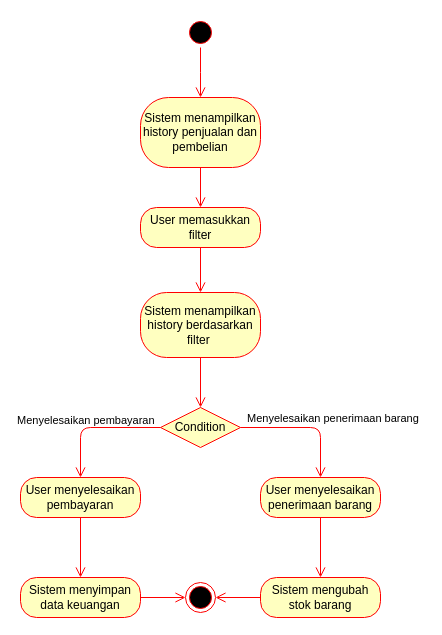
Earlier version of the draw.io diagram page "Transaction History" (2 of 4) of Diagram/Activity Diagram.drawio (ryusu777/dodo-app). Source tidied: cells renumbered, new cells numbered last; positions are measured from the earlier drawing's top-left corner, leaving out a move shared by most shapes. Both pictures are drawn from the tidied source at 100%, with x=0, y=0 at pixel (20, 17).
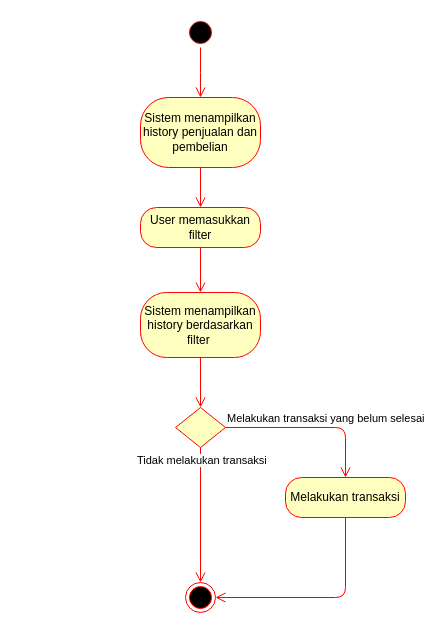
The same page after the edit.

The change refers to these unchanged cells:
```xml
<mxCell id="8" value="Sistem menampilkan history berdasarkan filter&amp;nbsp;" style="rounded=1;whiteSpace=wrap;html=1;arcSize=40;fontColor=#000000;fillColor=#ffffc0;strokeColor=#ff0000;" parent="1" vertex="1">
  <mxGeometry x="120" y="275" width="120" height="65" as="geometry" />
</mxCell>
<mxCell id="21" style="ellipse;html=1;shape=endState;fillColor=#000000;strokeColor=#ff0000;" parent="1" vertex="1">
  <mxGeometry x="165" y="565" width="30" height="30" as="geometry" />
</mxCell>
```

Change to the diagram source:
```diff
@@
-    <mxCell id="9" style="edgeStyle=orthogonalEdgeStyle;html=1;verticalAlign=bottom;endArrow=open;endSize=8;strokeColor=#ff0000;" parent="1" edge="1" source="8" target="10">
+    <mxCell id="9" style="edgeStyle=orthogonalEdgeStyle;html=1;verticalAlign=bottom;endArrow=open;endSize=8;strokeColor=#ff0000;" parent="1" edge="1" source="8" target="22">
       <mxGeometry relative="1" as="geometry" />
     </mxCell>
-    <mxCell id="10" value="Condition" style="rhombus;whiteSpace=wrap;html=1;fillColor=#ffffc0;strokeColor=#ff0000;" parent="1" vertex="1">
-      <mxGeometry x="140" y="390" width="80" height="40" as="geometry" />
-    </mxCell>
-    <mxCell id="11" value="Menyelesaikan penerimaan barang" style="edgeStyle=orthogonalEdgeStyle;html=1;align=left;verticalAlign=bottom;endArrow=open;endSize=8;strokeColor=#ff0000;" parent="1" edge="1" source="10" target="15">
-      <mxGeometry x="-0.92" relative="1" as="geometry" />
-    </mxCell>
-    <mxCell id="12" value="Menyelesaikan pembayaran" style="edgeStyle=orthogonalEdgeStyle;html=1;align=left;verticalAlign=top;endArrow=open;endSize=8;strokeColor=#ff0000;" parent="1" edge="1" source="10" target="13">
-      <mxGeometry x="0.23" y="-68" relative="1" as="geometry">
-        <mxPoint x="3" y="-20" as="offset" />
-      </mxGeometry>
-    </mxCell>
-    <mxCell id="13" value="User menyelesaikan pembayaran" style="rounded=1;whiteSpace=wrap;html=1;arcSize=40;fontColor=#000000;fillColor=#ffffc0;strokeColor=#ff0000;" parent="1" vertex="1">
-      <mxGeometry y="460" width="120" height="40" as="geometry" />
-    </mxCell>
-    <mxCell id="14" style="edgeStyle=orthogonalEdgeStyle;html=1;verticalAlign=bottom;endArrow=open;endSize=8;strokeColor=#ff0000;" parent="1" edge="1" source="13" target="17">
-      <mxGeometry relative="1" as="geometry" />
-    </mxCell>
-    <mxCell id="15" value="User menyelesaikan penerimaan barang" style="rounded=1;whiteSpace=wrap;html=1;arcSize=40;fontColor=#000000;fillColor=#ffffc0;strokeColor=#ff0000;" parent="1" vertex="1">
-      <mxGeometry x="240" y="460" width="120" height="40" as="geometry" />
-    </mxCell>
-    <mxCell id="16" style="edgeStyle=orthogonalEdgeStyle;html=1;verticalAlign=bottom;endArrow=open;endSize=8;strokeColor=#ff0000;" parent="1" edge="1" source="15" target="19">
-      <mxGeometry relative="1" as="geometry" />
-    </mxCell>
-    <mxCell id="17" value="Sistem menyimpan data keuangan" style="rounded=1;whiteSpace=wrap;html=1;arcSize=40;fontColor=#000000;fillColor=#ffffc0;strokeColor=#ff0000;" parent="1" vertex="1">
-      <mxGeometry y="560" width="120" height="40" as="geometry" />
-    </mxCell>
-    <mxCell id="18" style="edgeStyle=orthogonalEdgeStyle;html=1;verticalAlign=bottom;endArrow=open;endSize=8;strokeColor=#ff0000;" parent="1" edge="1" source="17" target="21">
-      <mxGeometry relative="1" as="geometry" />
-    </mxCell>
-    <mxCell id="19" value="Sistem mengubah stok barang" style="rounded=1;whiteSpace=wrap;html=1;arcSize=40;fontColor=#000000;fillColor=#ffffc0;strokeColor=#ff0000;" parent="1" vertex="1">
-      <mxGeometry x="240" y="560" width="120" height="40" as="geometry" />
-    </mxCell>
-    <mxCell id="20" style="edgeStyle=orthogonalEdgeStyle;html=1;verticalAlign=bottom;endArrow=open;endSize=8;strokeColor=#ff0000;" parent="1" edge="1" source="19" target="21">
-      <mxGeometry relative="1" as="geometry" />
-    </mxCell>
@@
+    <mxCell id="22" style="rhombus;whiteSpace=wrap;html=1;fillColor=#ffffc0;strokeColor=#ff0000;" parent="1" vertex="1">
+      <mxGeometry x="155" y="390" width="50" height="40" as="geometry" />
+    </mxCell>
+    <mxCell id="23" value="Melakukan transaksi yang belum selesai" style="edgeStyle=orthogonalEdgeStyle;html=1;align=left;verticalAlign=bottom;endArrow=open;endSize=8;strokeColor=#ff0000;" parent="1" edge="1" source="22" target="25">
+      <mxGeometry x="-1" relative="1" as="geometry" />
+    </mxCell>
+    <mxCell id="24" value="Tidak melakukan transaksi" style="edgeStyle=orthogonalEdgeStyle;html=1;align=left;verticalAlign=top;endArrow=open;endSize=8;strokeColor=#ff0000;" parent="1" edge="1" source="22" target="21">
+      <mxGeometry x="-1" y="-65" relative="1" as="geometry" />
+    </mxCell>
+    <mxCell id="25" value="Melakukan transaksi" style="rounded=1;whiteSpace=wrap;html=1;arcSize=40;fontColor=#000000;fillColor=#ffffc0;strokeColor=#ff0000;" parent="1" vertex="1">
+      <mxGeometry x="265" y="460" width="120" height="40" as="geometry" />
+    </mxCell>
+    <mxCell id="26" style="edgeStyle=orthogonalEdgeStyle;html=1;verticalAlign=bottom;endArrow=open;endSize=8;strokeColor=#ff0000;" parent="1" edge="1" source="25" target="21">
+      <mxGeometry relative="1" as="geometry">
+        <Array as="points">
+          <mxPoint x="325" y="580" />
+        </Array>
+      </mxGeometry>
+    </mxCell>
```
